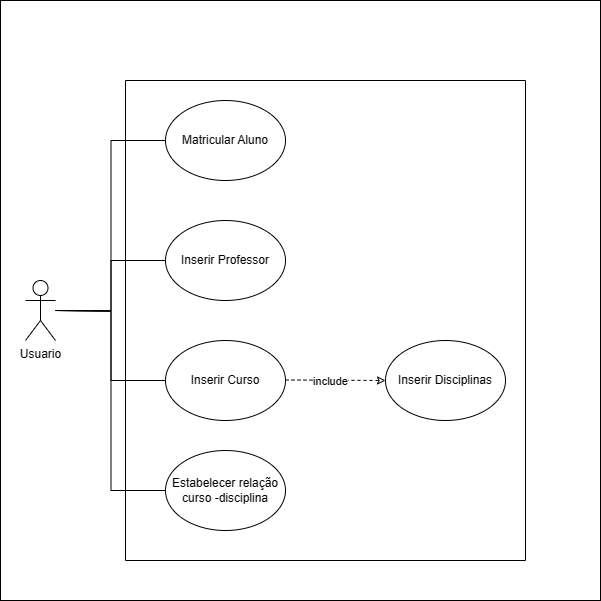
Before: documentação/cdu/caso_de_uso_adm.drawio.png, a diagram exported from draw.io (hkokt/br.com.sigasoqbom.documentacao). Source tidied: cells renumbered, new cells last; positions are measured from the earlier drawing's top-left corner, leaving out a move shared by most shapes.
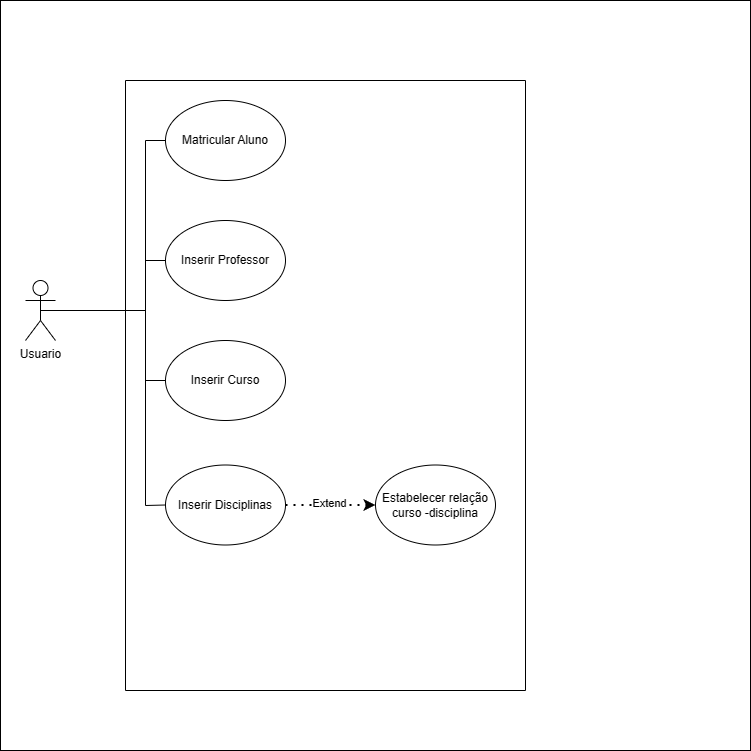
After the change.

What changed in the source:
```diff
@@ -3,7 +3,7 @@
     <mxCell id="0" />
     <mxCell id="1" parent="0" />
     <mxCell id="2" style="whiteSpace=wrap;html=1;" parent="1" vertex="1">
-      <mxGeometry width="600" height="600" as="geometry" />
+      <mxGeometry width="750" height="750" as="geometry" />
     </mxCell>
     <mxCell id="3" value="Usuario" style="shape=umlActor;verticalLabelPosition=bottom;verticalAlign=top;html=1;outlineConnect=0;" parent="1" vertex="1">
       <mxGeometry x="25" y="280" width="30" height="60" as="geometry" />
@@ -17,43 +17,52 @@
     <mxCell id="6" value="Inserir Curso" style="ellipse;whiteSpace=wrap;html=1;" parent="1" vertex="1">
       <mxGeometry x="165" y="340" width="120" height="80" as="geometry" />
     </mxCell>
+    <mxCell id="15" style="swimlane;startSize=0;" parent="1" vertex="1">
+      <mxGeometry x="125" y="80" width="400" height="610" as="geometry" />
+    </mxCell>
-    <mxCell id="7" value="Estabelecer relação curso -disciplina&lt;br&gt;" style="ellipse;whiteSpace=wrap;html=1;" parent="1" vertex="1">
-      <mxGeometry x="165" y="450" width="120" height="80" as="geometry" />
+    <mxCell id="7" value="Estabelecer relação curso -disciplina&lt;br&gt;" style="ellipse;whiteSpace=wrap;html=1;" parent="15" vertex="1">
+      <mxGeometry x="250" y="384.5" width="120" height="80" as="geometry" />
     </mxCell>
-    <mxCell id="8" style="endArrow=none;html=1;rounded=0;entryX=0;entryY=0.5;entryDx=0;entryDy=0;edgeStyle=orthogonalEdgeStyle;" parent="1" edge="1" target="5">
-      <mxGeometry relative="1" as="geometry">
-        <mxPoint x="55" y="310" as="sourcePoint" />
-      </mxGeometry>
-    </mxCell>
-    <mxCell id="9" style="endArrow=none;html=1;rounded=0;edgeStyle=orthogonalEdgeStyle;entryX=0;entryY=0.5;entryDx=0;entryDy=0;" parent="1" edge="1" target="7">
-      <mxGeometry relative="1" as="geometry">
-        <mxPoint x="55" y="310" as="sourcePoint" />
-      </mxGeometry>
-    </mxCell>
-    <mxCell id="10" style="endArrow=none;html=1;rounded=0;edgeStyle=orthogonalEdgeStyle;entryX=0;entryY=0.5;entryDx=0;entryDy=0;" parent="1" edge="1" target="4">
-      <mxGeometry relative="1" as="geometry">
-        <mxPoint x="55" y="310" as="sourcePoint" />
-      </mxGeometry>
-    </mxCell>
-    <mxCell id="11" style="endArrow=none;html=1;rounded=0;edgeStyle=orthogonalEdgeStyle;entryX=0;entryY=0.5;entryDx=0;entryDy=0;" parent="1" edge="1" target="6">
-      <mxGeometry relative="1" as="geometry">
-        <mxPoint x="55" y="310" as="sourcePoint" />
-      </mxGeometry>
-    </mxCell>
-    <mxCell id="12" style="endArrow=classic;dashed=1;html=1;rounded=0;exitX=1;exitY=0.5;exitDx=0;exitDy=0;endFill=0;" parent="1" edge="1">
-      <mxGeometry relative="1" as="geometry">
-        <mxPoint x="285" y="379.5" as="sourcePoint" />
-        <mxPoint x="385" y="380" as="targetPoint" />
-      </mxGeometry>
-    </mxCell>
-    <mxCell id="13" value="include" style="edgeLabel;html=1;align=center;verticalAlign=middle;" parent="12" vertex="1">
-      <mxGeometry x="-0.1" y="-1" relative="1" as="geometry" />
-    </mxCell>
-    <mxCell id="14" value="Inserir Disciplinas" style="ellipse;whiteSpace=wrap;html=1;" parent="1" vertex="1">
-      <mxGeometry x="385" y="340" width="120" height="80" as="geometry" />
+    <mxCell id="14" value="Inserir Disciplinas" style="ellipse;whiteSpace=wrap;html=1;" parent="15" vertex="1">
+      <mxGeometry x="40" y="384.5" width="120" height="80" as="geometry" />
     </mxCell>
-    <mxCell id="15" style="swimlane;startSize=0;" parent="1" vertex="1">
-      <mxGeometry x="125" y="80" width="400" height="480" as="geometry" />
-    </mxCell>
+    <mxCell id="16" style="endArrow=classic;dashed=1;html=1;dashPattern=1 3;strokeWidth=2;rounded=0;entryX=0;entryY=0.5;entryDx=0;entryDy=0;exitX=1;exitY=0.5;exitDx=0;exitDy=0;endFill=1;" parent="15" edge="1" source="14" target="7">
+      <mxGeometry relative="1" as="geometry" />
+    </mxCell>
+    <mxCell id="17" value="Extend" style="edgeLabel;html=1;align=center;verticalAlign=middle;" parent="16" vertex="1">
+      <mxGeometry x="-0.04" y="2" relative="1" as="geometry" />
+    </mxCell>
+    <mxCell id="18" style="endArrow=none;html=1;rounded=0;exitX=0.5;exitY=0.5;exitDx=0;exitDy=0;exitPerimeter=0;entryX=0;entryY=0.5;entryDx=0;entryDy=0;" parent="1" edge="1" source="3" target="5">
+      <mxGeometry relative="1" as="geometry">
+        <Array as="points">
+          <mxPoint x="145" y="310" />
+          <mxPoint x="145" y="260" />
+        </Array>
+      </mxGeometry>
+    </mxCell>
+    <mxCell id="19" style="endArrow=none;html=1;rounded=0;exitX=0.5;exitY=0.5;exitDx=0;exitDy=0;exitPerimeter=0;entryX=0;entryY=0.5;entryDx=0;entryDy=0;" parent="1" edge="1" source="3" target="6">
+      <mxGeometry relative="1" as="geometry">
+        <Array as="points">
+          <mxPoint x="145" y="310" />
+          <mxPoint x="145" y="380" />
+        </Array>
+      </mxGeometry>
+    </mxCell>
+    <mxCell id="20" style="endArrow=none;html=1;rounded=0;exitX=0.5;exitY=0.5;exitDx=0;exitDy=0;exitPerimeter=0;entryX=0;entryY=0.5;entryDx=0;entryDy=0;" parent="1" edge="1" source="3" target="14">
+      <mxGeometry relative="1" as="geometry">
+        <Array as="points">
+          <mxPoint x="145" y="310" />
+          <mxPoint x="145" y="505" />
+        </Array>
+      </mxGeometry>
+    </mxCell>
+    <mxCell id="21" style="endArrow=none;html=1;rounded=0;exitX=0.5;exitY=0.5;exitDx=0;exitDy=0;exitPerimeter=0;entryX=0;entryY=0.5;entryDx=0;entryDy=0;" parent="1" edge="1" source="3" target="4">
+      <mxGeometry relative="1" as="geometry">
+        <Array as="points">
+          <mxPoint x="145" y="310" />
+          <mxPoint x="145" y="140" />
+        </Array>
+      </mxGeometry>
+    </mxCell>
   </root>
 </mxGraphModel>
```
